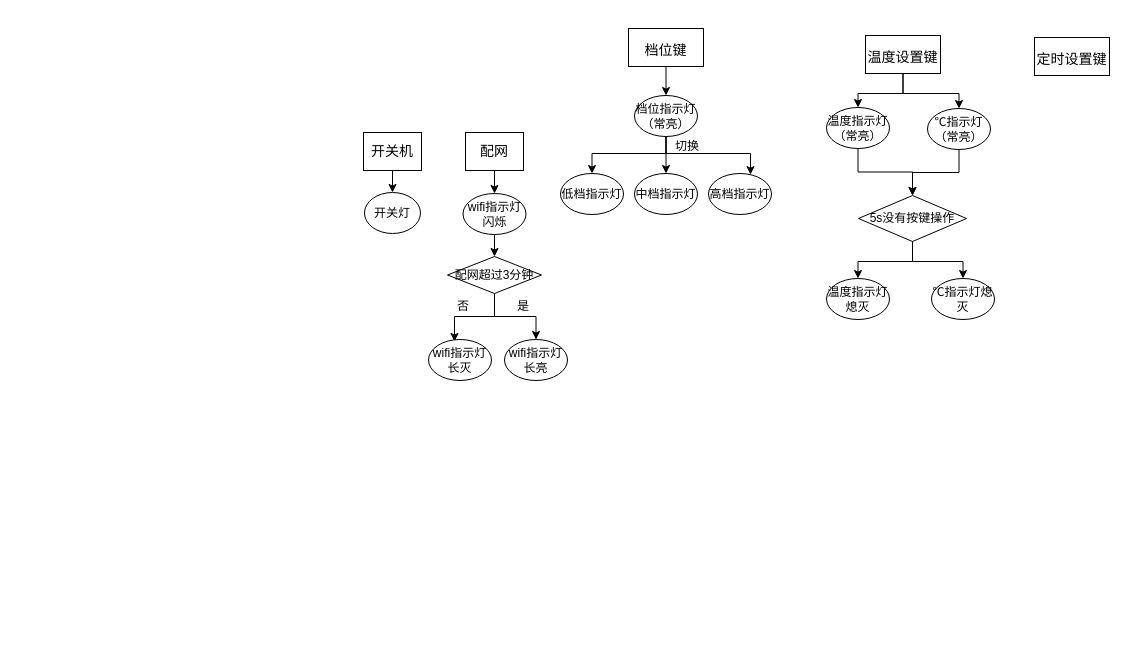
This is led_frame.drawio from JeffYec/Jeff, a draw.io file, before an edit. Source tidied: cells renumbered, new cells numbered last; positions are measured from the earlier drawing's top-left corner, leaving out a move shared by most shapes. Both pictures are drawn from the tidied source at 100%, with x=0, y=0 at pixel (363, 28).
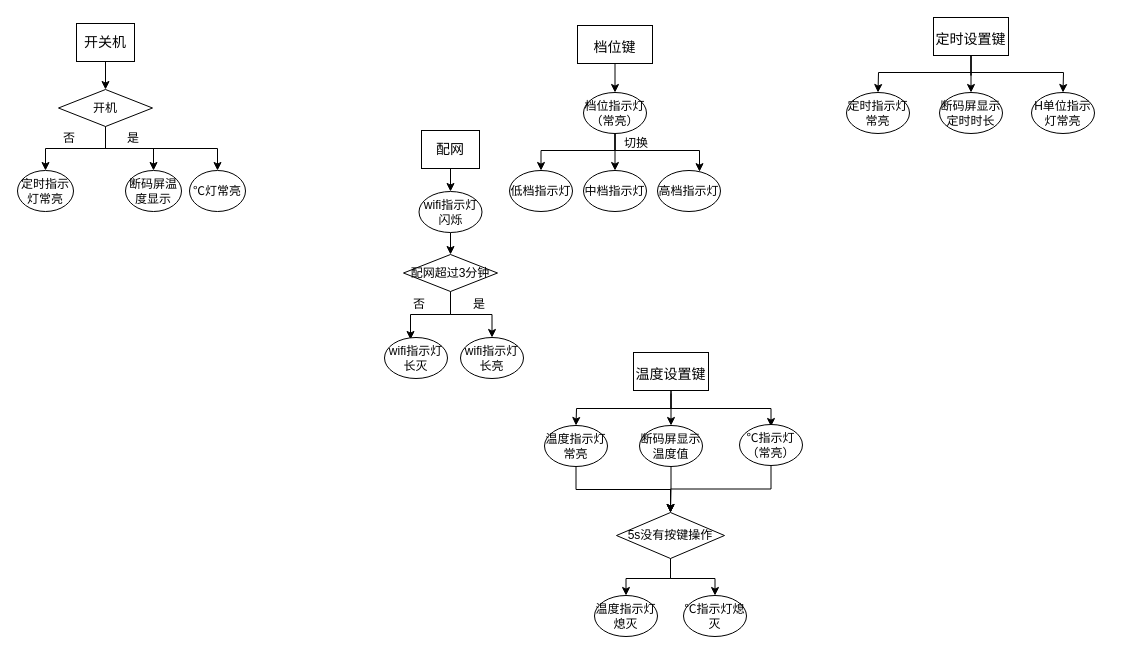
The same page after the edit.

What changed in the source:
```diff
@@
-    <mxCell id="2" style="edgeStyle=orthogonalEdgeStyle;rounded=0;jettySize=auto;html=1;" parent="1" edge="1" source="3" target="12">
-      <mxGeometry relative="1" as="geometry" />
-    </mxCell>
+    <mxCell id="39" style="edgeStyle=orthogonalEdgeStyle;rounded=0;jettySize=auto;html=1;exitX=0.5;exitY=1;exitDx=0;exitDy=0;entryX=0.5;entryY=0;entryDx=0;entryDy=0;" parent="1" edge="1" source="3" target="52">
+      <mxGeometry relative="1" as="geometry" />
+    </mxCell>
     <mxCell id="3" value="开关机" style="rounded=0;whiteSpace=wrap;html=1;fontSize=14;" parent="1" vertex="1">
-      <mxGeometry y="104" width="58" height="38" as="geometry" />
+      <mxGeometry x="-287" y="-5" width="58" height="38" as="geometry" />
     </mxCell>
@@
     <mxCell id="5" value="&lt;font style=&quot;font-size: 14px&quot;&gt;档位键&lt;/font&gt;" style="rounded=0;whiteSpace=wrap;html=1;fontSize=24;" parent="1" vertex="1">
-      <mxGeometry x="265" width="75" height="38" as="geometry" />
+      <mxGeometry x="214" y="-3" width="75" height="38" as="geometry" />
     </mxCell>
     <mxCell id="6" style="edgeStyle=orthogonalEdgeStyle;rounded=0;jettySize=auto;html=1;" parent="1" edge="1" source="8" target="27">
-      <mxGeometry relative="1" as="geometry" />
+      <mxGeometry relative="1" as="geometry">
+        <Array as="points">
+          <mxPoint x="308" y="380" />
+          <mxPoint x="213" y="380" />
+        </Array>
+      </mxGeometry>
     </mxCell>
-    <mxCell id="7" style="edgeStyle=orthogonalEdgeStyle;rounded=0;jettySize=auto;html=1;exitX=0.5;exitY=1;exitDx=0;exitDy=0;" parent="1" edge="1" source="8" target="29">
-      <mxGeometry relative="1" as="geometry" />
+    <mxCell id="7" style="edgeStyle=orthogonalEdgeStyle;rounded=0;orthogonalLoop=1;jettySize=auto;html=1;exitX=0.5;exitY=1;exitDx=0;exitDy=0;" parent="1" edge="1">
+      <mxGeometry relative="1" as="geometry">
+        <mxPoint x="307.5" y="365" as="sourcePoint" />
+        <mxPoint x="407.5" y="398" as="targetPoint" />
+        <Array as="points">
+          <mxPoint x="308" y="380" />
+          <mxPoint x="408" y="380" />
+        </Array>
+      </mxGeometry>
     </mxCell>
+    <mxCell id="40" style="edgeStyle=orthogonalEdgeStyle;rounded=0;jettySize=auto;html=1;exitX=0.5;exitY=1;exitDx=0;exitDy=0;entryX=0.5;entryY=0;entryDx=0;entryDy=0;" parent="1" edge="1" source="8" target="45">
+      <mxGeometry relative="1" as="geometry" />
+    </mxCell>
     <mxCell id="8" value="&lt;span style=&quot;font-size: 14px&quot;&gt;温度设置键&lt;/span&gt;" style="rounded=0;whiteSpace=wrap;html=1;fontSize=24;" parent="1" vertex="1">
-      <mxGeometry x="502" y="7" width="75" height="38" as="geometry" />
+      <mxGeometry x="270" y="324" width="75" height="38" as="geometry" />
     </mxCell>
+    <mxCell id="41" style="edgeStyle=orthogonalEdgeStyle;rounded=0;jettySize=auto;html=1;" parent="1" edge="1" source="9" target="46">
+      <mxGeometry relative="1" as="geometry" />
+    </mxCell>
+    <mxCell id="42" style="edgeStyle=orthogonalEdgeStyle;rounded=0;jettySize=auto;html=1;exitX=0.5;exitY=1;exitDx=0;exitDy=0;" parent="1" edge="1" source="9" target="47">
+      <mxGeometry relative="1" as="geometry">
+        <Array as="points">
+          <mxPoint x="608" y="44" />
+          <mxPoint x="515" y="44" />
+        </Array>
+      </mxGeometry>
+    </mxCell>
+    <mxCell id="43" style="edgeStyle=orthogonalEdgeStyle;rounded=0;jettySize=auto;html=1;exitX=0.5;exitY=1;exitDx=0;exitDy=0;" parent="1" edge="1" source="9" target="48">
+      <mxGeometry relative="1" as="geometry">
+        <Array as="points">
+          <mxPoint x="608" y="44" />
+          <mxPoint x="700" y="44" />
+        </Array>
+      </mxGeometry>
+    </mxCell>
     <mxCell id="9" value="&lt;font style=&quot;font-size: 14px&quot;&gt;定时设置键&lt;/font&gt;" style="rounded=0;whiteSpace=wrap;html=1;fontSize=24;" parent="1" vertex="1">
-      <mxGeometry x="671" y="9" width="75" height="38" as="geometry" />
+      <mxGeometry x="570" y="-11" width="75" height="38" as="geometry" />
     </mxCell>
@@
     <mxCell id="11" value="配网" style="rounded=0;whiteSpace=wrap;html=1;fontSize=14;" parent="1" vertex="1">
-      <mxGeometry x="102" y="104" width="58" height="38" as="geometry" />
+      <mxGeometry x="58" y="102" width="58" height="38" as="geometry" />
     </mxCell>
-    <mxCell id="12" value="开关灯" style="ellipse;whiteSpace=wrap;html=1;" parent="1" vertex="1">
-      <mxGeometry x="1" y="164" width="56" height="41" as="geometry" />
-    </mxCell>
@@
     <mxCell id="14" value="wifi指示灯闪烁" style="ellipse;whiteSpace=wrap;html=1;" parent="1" vertex="1">
-      <mxGeometry x="99.5" y="165" width="63" height="41" as="geometry" />
+      <mxGeometry x="55.5" y="163" width="63" height="41" as="geometry" />
     </mxCell>
@@
     <mxCell id="17" value="配网超过3分钟" style="rhombus;whiteSpace=wrap;html=1;" parent="1" vertex="1">
-      <mxGeometry x="84" y="228" width="94" height="37" as="geometry" />
+      <mxGeometry x="40" y="226" width="94" height="37" as="geometry" />
     </mxCell>
     <mxCell id="18" style="edgeStyle=orthogonalEdgeStyle;rounded=0;jettySize=auto;html=1;exitX=0.5;exitY=1;exitDx=0;exitDy=0;entryX=0.5;entryY=0;entryDx=0;entryDy=0;" parent="1" edge="1" source="21" target="22">
       <mxGeometry relative="1" as="geometry">
         <Array as="points">
-          <mxPoint x="303" y="125" />
-          <mxPoint x="229" y="125" />
+          <mxPoint x="252" y="122" />
+          <mxPoint x="178" y="122" />
         </Array>
       </mxGeometry>
     </mxCell>
@@
     <mxCell id="20" style="edgeStyle=orthogonalEdgeStyle;rounded=0;jettySize=auto;html=1;exitX=0.5;exitY=1;exitDx=0;exitDy=0;" parent="1" edge="1" source="21" target="24">
       <mxGeometry relative="1" as="geometry">
         <Array as="points">
-          <mxPoint x="303" y="125" />
-          <mxPoint x="387" y="125" />
+          <mxPoint x="252" y="122" />
+          <mxPoint x="336" y="122" />
         </Array>
       </mxGeometry>
     </mxCell>
     <mxCell id="21" value="档位指示灯（常亮）" style="ellipse;whiteSpace=wrap;html=1;" parent="1" vertex="1">
-      <mxGeometry x="271" y="67" width="63" height="41" as="geometry" />
+      <mxGeometry x="220" y="64" width="63" height="41" as="geometry" />
     </mxCell>
     <mxCell id="22" value="低档指示灯" style="ellipse;whiteSpace=wrap;html=1;" parent="1" vertex="1">
-      <mxGeometry x="197" y="145" width="63" height="41" as="geometry" />
+      <mxGeometry x="146" y="142" width="63" height="41" as="geometry" />
     </mxCell>
     <mxCell id="23" value="中档指示灯" style="ellipse;whiteSpace=wrap;html=1;" parent="1" vertex="1">
-      <mxGeometry x="271" y="145" width="63" height="41" as="geometry" />
+      <mxGeometry x="220" y="142" width="63" height="41" as="geometry" />
     </mxCell>
     <mxCell id="24" value="高档指示灯" style="ellipse;whiteSpace=wrap;html=1;" parent="1" vertex="1">
-      <mxGeometry x="345" y="145" width="63" height="41" as="geometry" />
+      <mxGeometry x="294" y="142" width="63" height="41" as="geometry" />
     </mxCell>
     <mxCell id="25" value="切换" style="text;html=1;strokeColor=none;fillColor=none;align=center;verticalAlign=middle;whiteSpace=wrap;rounded=0;" parent="1" vertex="1">
-      <mxGeometry x="294" y="103" width="60" height="30" as="geometry" />
+      <mxGeometry x="243" y="100" width="60" height="30" as="geometry" />
     </mxCell>
@@
-    <mxCell id="27" value="温度指示灯（常亮）" style="ellipse;whiteSpace=wrap;html=1;" parent="1" vertex="1">
-      <mxGeometry x="463" y="79" width="63" height="41" as="geometry" />
+    <mxCell id="27" value="温度指示灯常亮" style="ellipse;whiteSpace=wrap;html=1;" parent="1" vertex="1">
+      <mxGeometry x="181" y="397" width="63" height="41" as="geometry" />
     </mxCell>
@@
     <mxCell id="29" value="℃指示灯（常亮）" style="ellipse;whiteSpace=wrap;html=1;" parent="1" vertex="1">
-      <mxGeometry x="564" y="80" width="63" height="41" as="geometry" />
+      <mxGeometry x="376" y="396" width="63" height="41" as="geometry" />
     </mxCell>
     <mxCell id="30" value="wifi指示灯长灭" style="ellipse;whiteSpace=wrap;html=1;" parent="1" vertex="1">
-      <mxGeometry x="65" y="311" width="63" height="41" as="geometry" />
+      <mxGeometry x="21" y="309" width="63" height="41" as="geometry" />
     </mxCell>
     <mxCell id="31" value="wifi指示灯长亮" style="ellipse;whiteSpace=wrap;html=1;" parent="1" vertex="1">
-      <mxGeometry x="141" y="311" width="63" height="41" as="geometry" />
+      <mxGeometry x="97" y="309" width="63" height="41" as="geometry" />
     </mxCell>
     <mxCell id="32" value="否" style="text;html=1;strokeColor=none;fillColor=none;align=center;verticalAlign=middle;whiteSpace=wrap;rounded=0;" parent="1" vertex="1">
-      <mxGeometry x="70" y="263" width="60" height="30" as="geometry" />
+      <mxGeometry x="26" y="261" width="60" height="30" as="geometry" />
     </mxCell>
     <mxCell id="33" value="是" style="text;html=1;strokeColor=none;fillColor=none;align=center;verticalAlign=middle;whiteSpace=wrap;rounded=0;" parent="1" vertex="1">
-      <mxGeometry x="130" y="263" width="60" height="30" as="geometry" />
+      <mxGeometry x="86" y="261" width="60" height="30" as="geometry" />
     </mxCell>
@@
     <mxCell id="36" value="5s没有按键操作" style="rhombus;whiteSpace=wrap;html=1;" parent="1" vertex="1">
-      <mxGeometry x="495" y="167" width="108" height="46" as="geometry" />
+      <mxGeometry x="253" y="484" width="108" height="46" as="geometry" />
     </mxCell>
     <mxCell id="37" value="温度指示灯熄灭" style="ellipse;whiteSpace=wrap;html=1;" parent="1" vertex="1">
-      <mxGeometry x="463" y="250" width="63" height="41" as="geometry" />
+      <mxGeometry x="231" y="567" width="63" height="41" as="geometry" />
     </mxCell>
     <mxCell id="38" value="℃指示灯熄灭" style="ellipse;whiteSpace=wrap;html=1;" parent="1" vertex="1">
-      <mxGeometry x="568" y="250" width="63" height="41" as="geometry" />
+      <mxGeometry x="320" y="567" width="63" height="41" as="geometry" />
     </mxCell>
+    <mxCell id="44" style="edgeStyle=orthogonalEdgeStyle;rounded=0;jettySize=auto;html=1;exitX=0.5;exitY=1;exitDx=0;exitDy=0;entryX=0.5;entryY=0;entryDx=0;entryDy=0;" parent="1" edge="1" source="45" target="36">
+      <mxGeometry relative="1" as="geometry" />
+    </mxCell>
+    <mxCell id="45" value="断码屏显示温度值" style="ellipse;whiteSpace=wrap;html=1;" parent="1" vertex="1">
+      <mxGeometry x="276" y="397" width="63" height="41" as="geometry" />
+    </mxCell>
+    <mxCell id="46" value="断码屏显示定时时长" style="ellipse;whiteSpace=wrap;html=1;" parent="1" vertex="1">
+      <mxGeometry x="576" y="64" width="63" height="41" as="geometry" />
+    </mxCell>
+    <mxCell id="47" value="定时指示灯常亮" style="ellipse;whiteSpace=wrap;html=1;" parent="1" vertex="1">
+      <mxGeometry x="483" y="64" width="63" height="41" as="geometry" />
+    </mxCell>
+    <mxCell id="48" value="H单位指示灯常亮" style="ellipse;whiteSpace=wrap;html=1;" parent="1" vertex="1">
+      <mxGeometry x="668" y="64" width="63" height="41" as="geometry" />
+    </mxCell>
+    <mxCell id="49" style="edgeStyle=orthogonalEdgeStyle;rounded=0;jettySize=auto;html=1;" parent="1" edge="1" source="52" target="53">
+      <mxGeometry relative="1" as="geometry" />
+    </mxCell>
+    <mxCell id="50" style="edgeStyle=orthogonalEdgeStyle;rounded=0;jettySize=auto;html=1;exitX=0.5;exitY=1;exitDx=0;exitDy=0;" parent="1" edge="1" source="52" target="55">
+      <mxGeometry relative="1" as="geometry" />
+    </mxCell>
+    <mxCell id="51" style="edgeStyle=orthogonalEdgeStyle;rounded=0;jettySize=auto;html=1;exitX=0.5;exitY=1;exitDx=0;exitDy=0;" parent="1" edge="1" source="52" target="56">
+      <mxGeometry relative="1" as="geometry" />
+    </mxCell>
+    <mxCell id="52" value="开机" style="rhombus;whiteSpace=wrap;html=1;" parent="1" vertex="1">
+      <mxGeometry x="-305" y="61" width="94" height="37" as="geometry" />
+    </mxCell>
+    <mxCell id="53" value="定时指示灯常亮" style="ellipse;whiteSpace=wrap;html=1;" parent="1" vertex="1">
+      <mxGeometry x="-346" y="142" width="56" height="41" as="geometry" />
+    </mxCell>
+    <mxCell id="54" value="否" style="text;html=1;strokeColor=none;fillColor=none;align=center;verticalAlign=middle;whiteSpace=wrap;rounded=0;" parent="1" vertex="1">
+      <mxGeometry x="-324" y="95" width="60" height="30" as="geometry" />
+    </mxCell>
+    <mxCell id="55" value="断码屏温度显示" style="ellipse;whiteSpace=wrap;html=1;" parent="1" vertex="1">
+      <mxGeometry x="-238" y="142" width="56" height="41" as="geometry" />
+    </mxCell>
+    <mxCell id="56" value="℃灯常亮" style="ellipse;whiteSpace=wrap;html=1;" parent="1" vertex="1">
+      <mxGeometry x="-174" y="142" width="56" height="41" as="geometry" />
+    </mxCell>
+    <mxCell id="57" value="是" style="text;html=1;strokeColor=none;fillColor=none;align=center;verticalAlign=middle;whiteSpace=wrap;rounded=0;" parent="1" vertex="1">
+      <mxGeometry x="-260" y="95" width="60" height="30" as="geometry" />
+    </mxCell>
```
